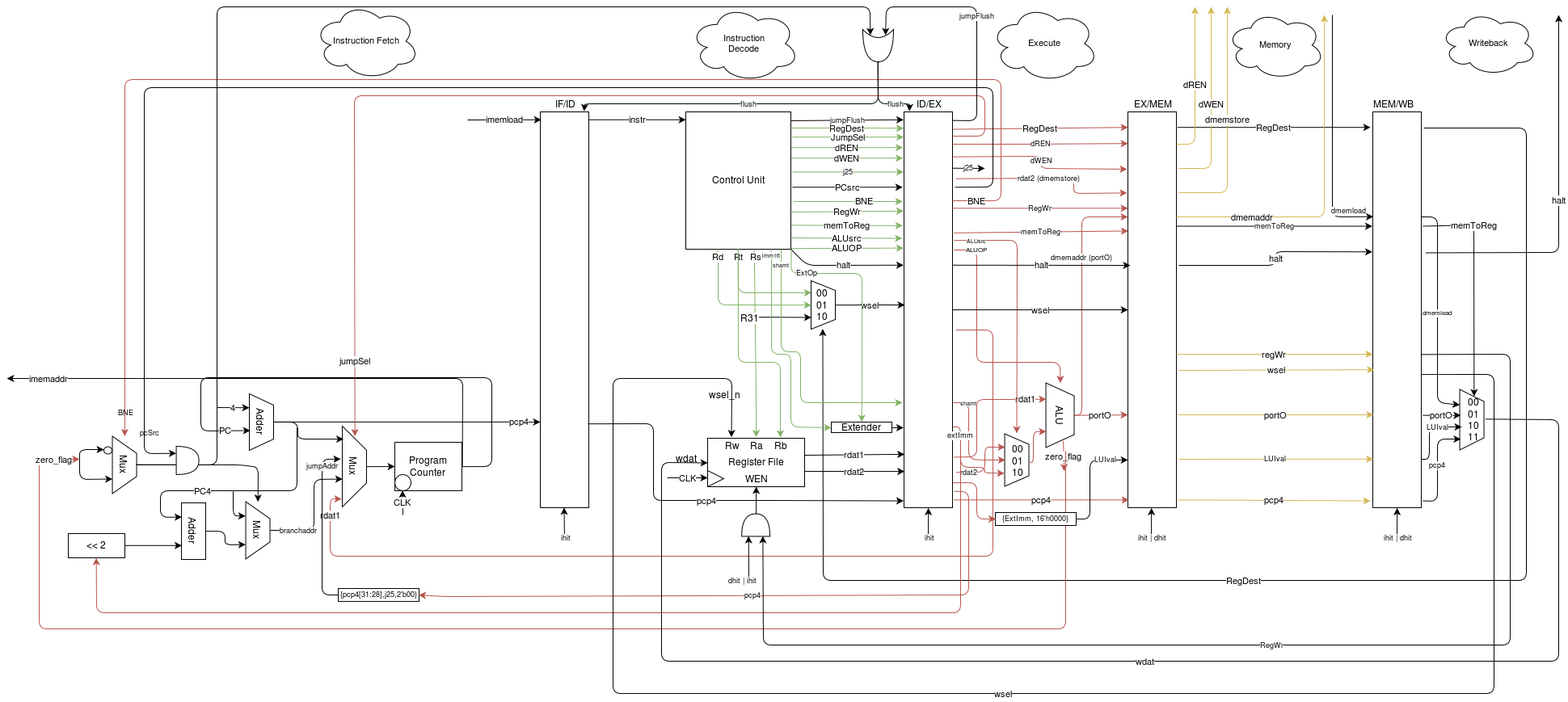
Earlier version of the draw.io export documents/PipelineDiagram.png (brian-rieder/mips-processor). Source tidied: cells renumbered, new cells last; positions are measured from the earlier drawing's top-left corner, leaving out a move shared by most shapes.
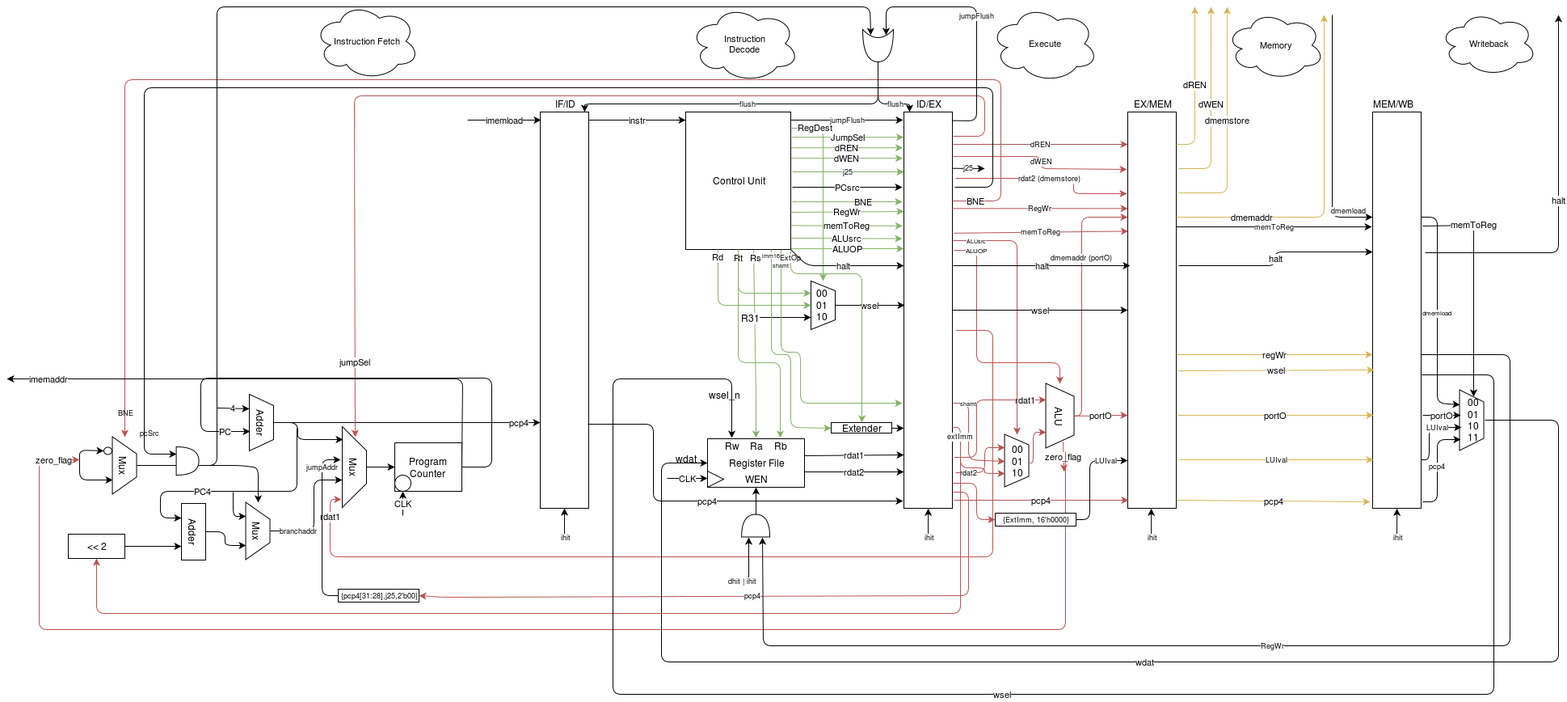
After the change.

Commit message:
More up to date version of pipeline diagram

Diff of the diagram source:
```diff
@@ -35,12 +35,13 @@
         <mxPoint x="1109.6" y="166.2" as="targetPoint" />
       </mxGeometry>
     </mxCell>
-    <mxCell id="12" value="RegDest" style="endArrow=classic;html=1;exitX=1.038;exitY=0.153;exitPerimeter=0;entryX=0;entryY=0.041;entryPerimeter=0;fillColor=#d5e8d4;strokeColor=#82b366;" parent="1" edge="1" target="3">
-      <mxGeometry x="370" y="140" as="geometry">
+    <mxCell id="12" value="RegDest" style="endArrow=classic;html=1;exitX=1.038;exitY=0.153;exitPerimeter=0;entryX=0;entryY=0.5;fillColor=#d5e8d4;strokeColor=#82b366;" parent="1" edge="1" target="22">
+      <mxGeometry as="geometry">
         <mxPoint x="970" y="155" as="sourcePoint" />
         <Array as="points">
-          <mxPoint x="1070" y="155" />
+          <mxPoint x="1010" y="155" />
         </Array>
+        <mxPoint x="10" y="-95" as="offset" />
       </mxGeometry>
     </mxCell>
     <mxCell id="13" value="memToReg" style="endArrow=classic;html=1;exitX=1;exitY=0.25;entryX=-0.028;entryY=0.267;entryPerimeter=0;fillColor=#d5e8d4;strokeColor=#82b366;" parent="1" edge="1">
@@ -146,23 +147,6 @@
         <mxPoint x="-58" y="-25" as="offset" />
       </mxGeometry>
     </mxCell>
-    <mxCell id="32" value="RegDest" style="endArrow=classic;html=1;exitX=1.017;exitY=0.043;exitPerimeter=0;entryX=0.01;entryY=0.04;entryPerimeter=0;fillColor=#f8cecc;strokeColor=#b85450;" parent="1" edge="1" source="3" target="4">
-      <mxGeometry x="580" y="140" as="geometry" />
-    </mxCell>
-    <mxCell id="33" value="RegDest" style="endArrow=classic;html=1;entryX=-0.052;entryY=0.038;entryPerimeter=0;exitX=1.017;exitY=0.039;exitPerimeter=0;" parent="1" edge="1" source="4" target="5">
-      <mxGeometry x="763" y="140" as="geometry" />
-    </mxCell>
-    <mxCell id="34" value="RegDest" style="endArrow=classic;html=1;entryX=1;entryY=0.5;" parent="1" edge="1" target="22">
-      <mxGeometry as="geometry">
-        <mxPoint x="1753" y="155" as="sourcePoint" />
-        <Array as="points">
-          <mxPoint x="1880" y="155" />
-          <mxPoint x="1880" y="715" />
-          <mxPoint x="1010" y="715" />
-        </Array>
-        <mxPoint x="149" y="436" as="offset" />
-      </mxGeometry>
-    </mxCell>
     <mxCell id="35" value="rdat2" style="endArrow=classic;html=1;entryX=0.002;entryY=0.908;entryPerimeter=0;" parent="1" edge="1" target="3">
       <mxGeometry x="387" y="564" as="geometry">
         <mxPoint x="987" y="580" as="sourcePoint" />
@@ -834,7 +818,7 @@
         <mxPoint x="1416.1" y="625.3" as="targetPoint" />
       </mxGeometry>
     </mxCell>
-    <mxCell id="143" value="ihit | dhit" style="text;html=1;align=center;verticalAlign=middle;labelBackgroundColor=#ffffff;fontSize=9;" parent="142" vertex="1">
+    <mxCell id="143" value="ihit" style="text;html=1;align=center;verticalAlign=middle;labelBackgroundColor=#ffffff;fontSize=9;" parent="142" vertex="1">
       <mxGeometry x="-0.86" y="-1" relative="1" as="geometry" />
     </mxCell>
     <mxCell id="144" style="endArrow=classic;html=1;fontSize=9;entryX=0.5;entryY=1;" parent="1" edge="1">
@@ -843,7 +827,7 @@
         <mxPoint x="1720.1" y="625.3" as="targetPoint" />
       </mxGeometry>
     </mxCell>
-    <mxCell id="145" value="ihit | dhit" style="text;html=1;align=center;verticalAlign=middle;labelBackgroundColor=#ffffff;fontSize=9;" parent="144" vertex="1">
+    <mxCell id="145" value="ihit" style="text;html=1;align=center;verticalAlign=middle;labelBackgroundColor=#ffffff;fontSize=9;" parent="144" vertex="1">
       <mxGeometry x="-0.86" y="-1" relative="1" as="geometry" />
     </mxCell>
     <mxCell id="146" value="jumpFlush" style="endArrow=classic;html=1;fontSize=9;exitX=1.003;exitY=0.061;exitPerimeter=0;entryX=-0.017;entryY=0.02;entryPerimeter=0;" parent="1" edge="1" source="10" target="3">
```
